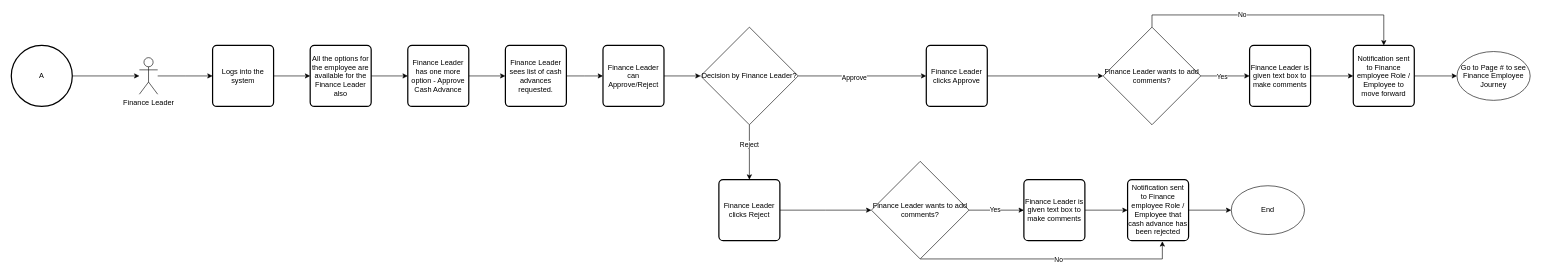
Above: page "Finance Leader Journey from dashboard - Web Flow" (4 of 6) of CustomerJourney.drawio in snair0410/cv (draw.io), before the change. Source tidied: cells renumbered, new cells numbered last; positions are measured from the earlier drawing's top-left corner, leaving out a move shared by most shapes. Both pictures are drawn from the tidied source at 61%, with x=0, y=0 at pixel (11, 15).
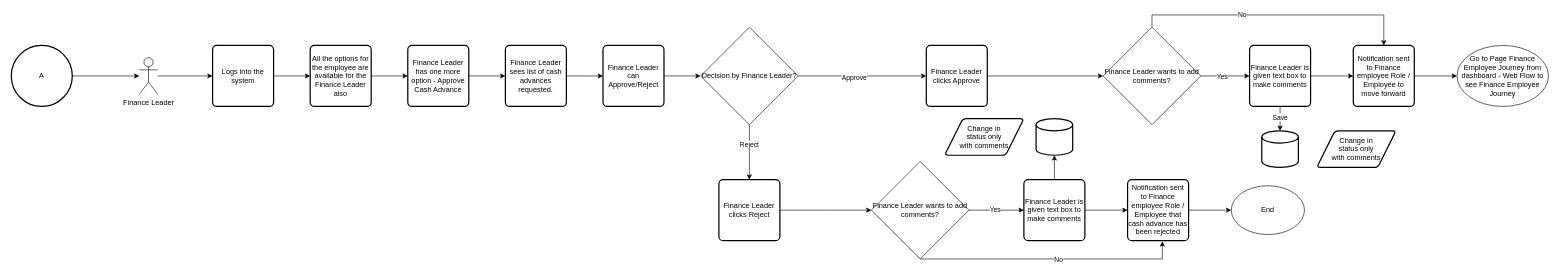
The same page after the edit.

Unchanged cells that the change refers to:
```xml
<mxCell id="29" value="Finance Leader is given text box to make comments" style="rounded=1;whiteSpace=wrap;html=1;absoluteArcSize=1;arcSize=14;strokeWidth=2;" parent="1" vertex="1">
  <mxGeometry x="2030" y="50" width="100" height="100" as="geometry" />
</mxCell>
<mxCell id="41" value="Finance Leader is given text box to make comments" style="rounded=1;whiteSpace=wrap;html=1;absoluteArcSize=1;arcSize=14;strokeWidth=2;" parent="1" vertex="1">
  <mxGeometry x="1660" y="270" width="100" height="100" as="geometry" />
</mxCell>
```

The edit, as a diff of the source:
```diff
@@
+    <mxCell id="45" style="edgeStyle=orthogonalEdgeStyle;rounded=0;jettySize=auto;html=1;" parent="1" edge="1" source="29" target="48">
+      <mxGeometry relative="1" as="geometry" />
+    </mxCell>
+    <mxCell id="46" value="Save" style="edgeLabel;html=1;align=center;verticalAlign=middle;" parent="45" vertex="1">
+      <mxGeometry x="-0.15" y="-1" relative="1" as="geometry" />
+    </mxCell>
@@
-    <mxCell id="32" value="Go to Page # to see Finance Employee Journey" style="ellipse;whiteSpace=wrap;html=1;" parent="1" vertex="1">
-      <mxGeometry x="2370" y="60" width="120" height="80" as="geometry" />
+    <mxCell id="32" value="Go to Page&amp;nbsp;Finance Employee Journey from dashboard - Web Flow to see Finance Employee Journey" style="ellipse;whiteSpace=wrap;html=1;" parent="1" vertex="1">
+      <mxGeometry x="2370" y="50" width="150" height="100" as="geometry" />
     </mxCell>
@@
+    <mxCell id="47" style="edgeStyle=orthogonalEdgeStyle;rounded=0;jettySize=auto;html=1;" parent="1" edge="1" source="41" target="50">
+      <mxGeometry relative="1" as="geometry" />
+    </mxCell>
@@
+    <mxCell id="48" style="strokeWidth=2;html=1;shape=mxgraph.flowchart.database;whiteSpace=wrap;" parent="1" vertex="1">
+      <mxGeometry x="2050" y="190" width="60" height="60" as="geometry" />
+    </mxCell>
+    <mxCell id="49" value="Change in&lt;br style=&quot;border-color: var(--border-color);&quot;&gt;status only&lt;br style=&quot;border-color: var(--border-color);&quot;&gt;with comments" style="shape=parallelogram;html=1;strokeWidth=2;perimeter=parallelogramPerimeter;whiteSpace=wrap;rounded=1;arcSize=12;size=0.23;" parent="1" vertex="1">
+      <mxGeometry x="2140" y="190" width="130" height="60" as="geometry" />
+    </mxCell>
+    <mxCell id="50" style="strokeWidth=2;html=1;shape=mxgraph.flowchart.database;whiteSpace=wrap;" parent="1" vertex="1">
+      <mxGeometry x="1680" y="170" width="60" height="60" as="geometry" />
+    </mxCell>
+    <mxCell id="51" value="Change in&lt;br style=&quot;border-color: var(--border-color);&quot;&gt;status only&lt;br style=&quot;border-color: var(--border-color);&quot;&gt;with comments" style="shape=parallelogram;html=1;strokeWidth=2;perimeter=parallelogramPerimeter;whiteSpace=wrap;rounded=1;arcSize=12;size=0.23;" parent="1" vertex="1">
+      <mxGeometry x="1530" y="170" width="130" height="60" as="geometry" />
+    </mxCell>
```
